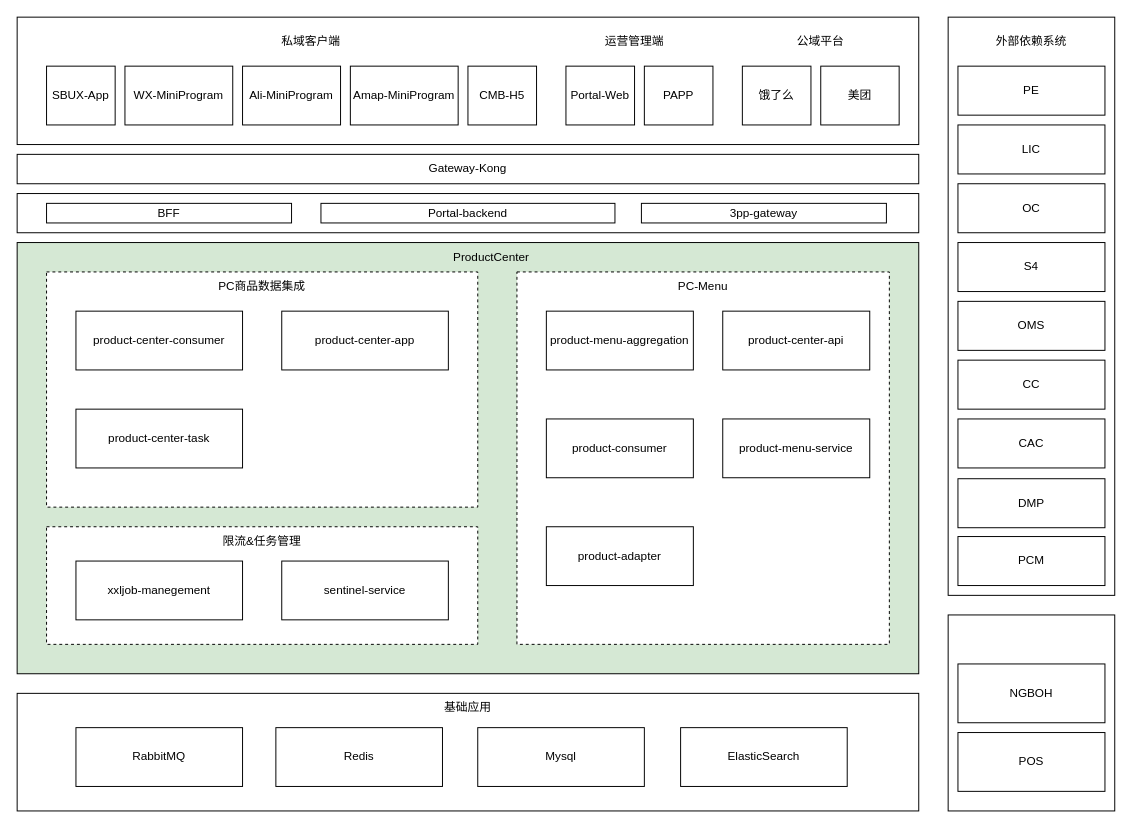
alexzhang2015/PC2.0 keeps this draw.io diagram as PC2.0技术架构.drawio. Above is the earlier version. Source tidied: cells renumbered, new cells numbered last; positions are measured from the earlier drawing's top-left corner, leaving out a move shared by most shapes. Both pictures are drawn from the tidied source at 98%, with x=0, y=0 at pixel (17, 17).
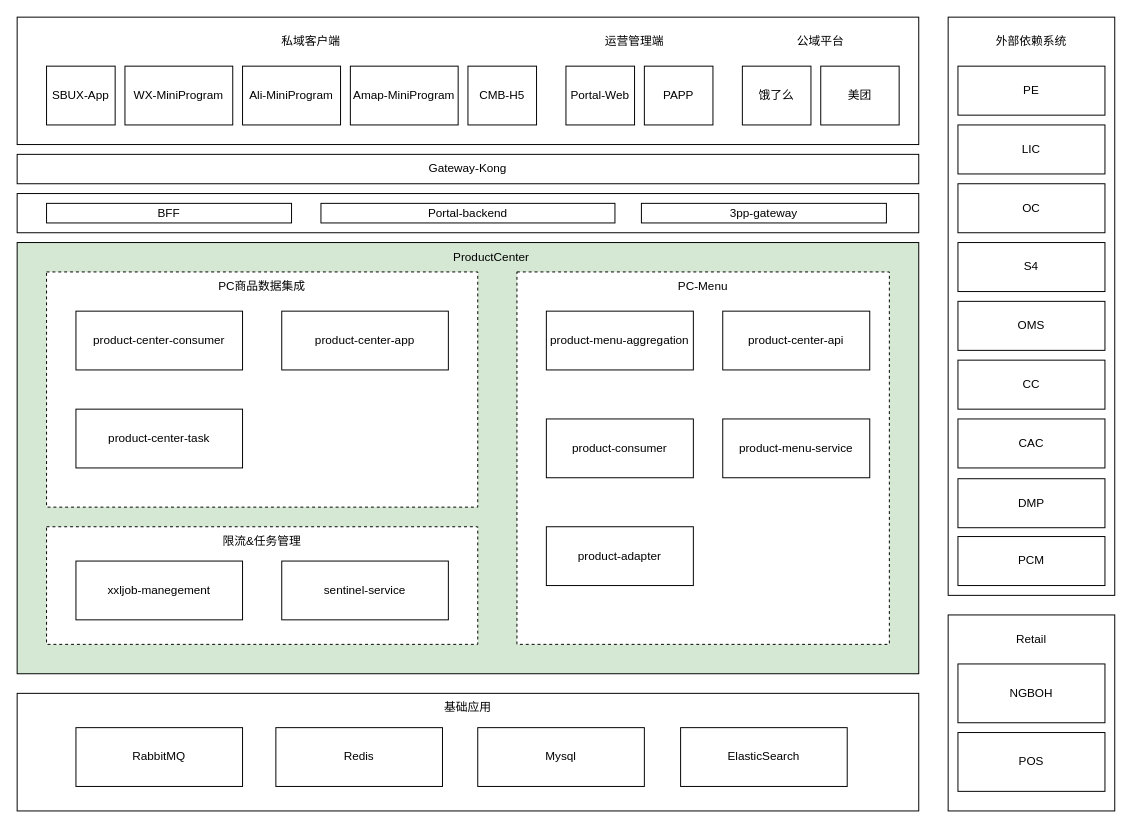
Above is the later version.

Commit message (it also covers changes not shown here):
更新PC2.0技术架构.drawio

Change to the diagram source:
```diff
@@
+    <mxCell id="58" value="Retail" style="text;html=1;align=center;verticalAlign=middle;whiteSpace=wrap;rounded=0;" parent="1" vertex="1">
+      <mxGeometry x="985" y="620" width="100" height="30" as="geometry" />
+    </mxCell>
```
